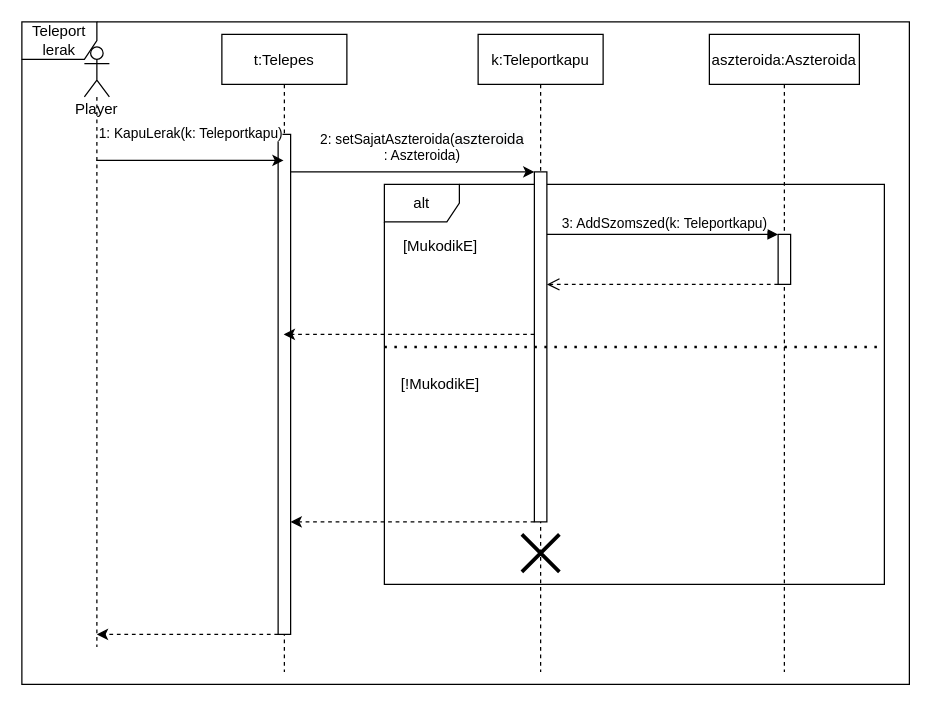
This is doc/uml/placeNyersanyag.drawio from torpeBoiGo/aszteroidabanyaszat, a draw.io file, before an edit. Source tidied: cells renumbered, new cells numbered last; positions are measured from the earlier drawing's top-left corner, leaving out a move shared by most shapes. Both pictures are drawn from the tidied source at 125%, with x=0, y=0 at pixel (21, 21).
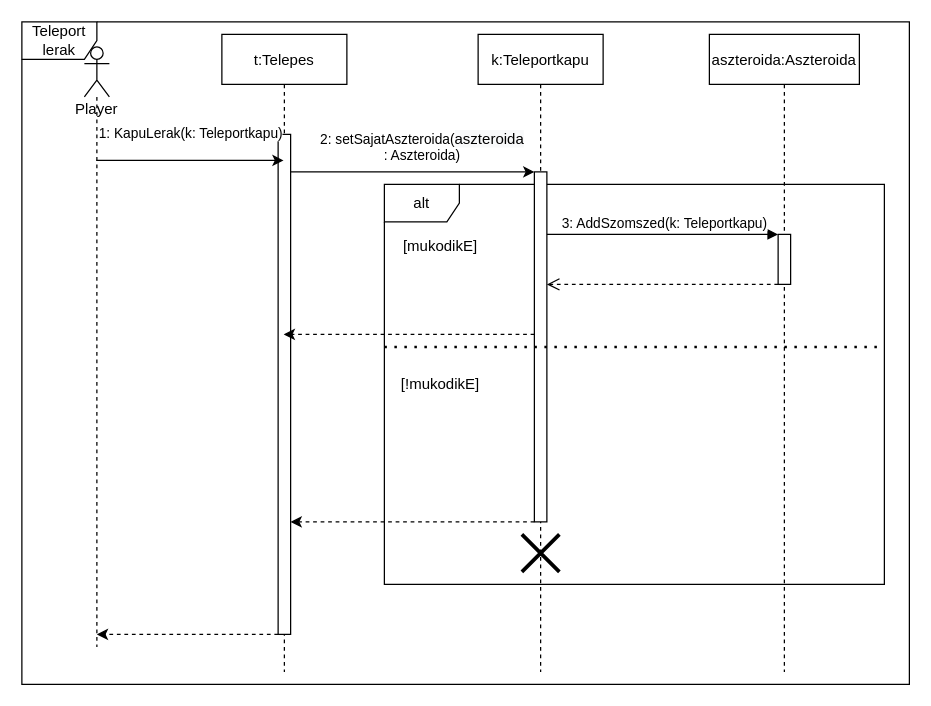
The same page after the edit.

Commit message:
mukodikE kisbetű

Diff of the diagram source:
```diff
@@
-    <mxCell id="17" value="[!MukodikE]" style="text;html=1;strokeColor=none;fillColor=none;align=center;verticalAlign=middle;whiteSpace=wrap;rounded=0;" parent="1" vertex="1">
+    <mxCell id="17" value="[!mukodikE]" style="text;html=1;strokeColor=none;fillColor=none;align=center;verticalAlign=middle;whiteSpace=wrap;rounded=0;" parent="1" vertex="1">
       <mxGeometry x="270" y="280" width="130" height="20" as="geometry" />
     </mxCell>
-    <mxCell id="18" value="[MukodikE]" style="text;html=1;strokeColor=none;fillColor=none;align=center;verticalAlign=middle;whiteSpace=wrap;rounded=0;" parent="1" vertex="1">
+    <mxCell id="18" value="[mukodikE]" style="text;html=1;strokeColor=none;fillColor=none;align=center;verticalAlign=middle;whiteSpace=wrap;rounded=0;" parent="1" vertex="1">
       <mxGeometry x="270" y="170" width="130" height="20" as="geometry" />
     </mxCell>
```
